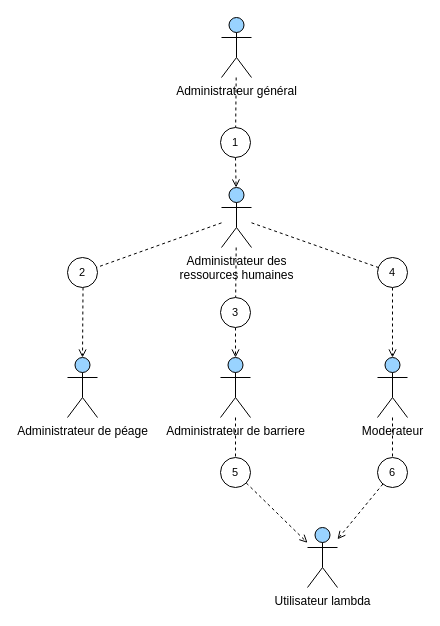
The draw.io diagram diagrams/roles.drawio in devlotfi/peage-pay, before the edit. Source tidied: cells renumbered, new cells numbered last; positions are measured from the earlier drawing's top-left corner, leaving out a move shared by most shapes. Both pictures are drawn from the tidied source at 100%, with x=0, y=0 at pixel (67, 17).
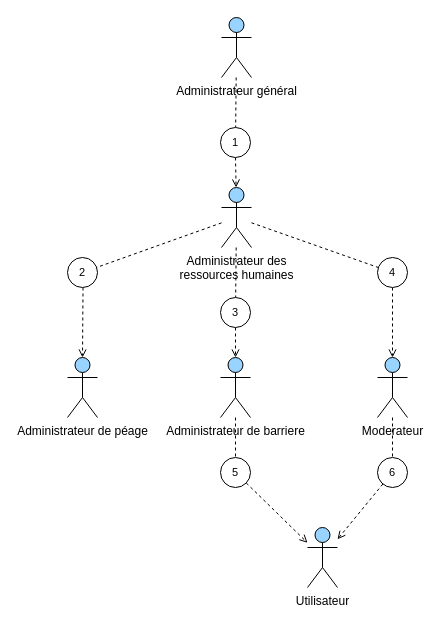
The same diagram, later.

Change to the diagram source:
```diff
@@
-    <mxCell id="12" value="Utilisateur lambda" style="shape=umlActor;verticalLabelPosition=bottom;verticalAlign=top;html=1;outlineConnect=0;fillColor=#99D3FF;" parent="1" vertex="1">
+    <mxCell id="12" value="Utilisateur" style="shape=umlActor;verticalLabelPosition=bottom;verticalAlign=top;html=1;outlineConnect=0;fillColor=#99D3FF;" parent="1" vertex="1">
       <mxGeometry x="240" y="510" width="30" height="60" as="geometry" />
     </mxCell>
```
